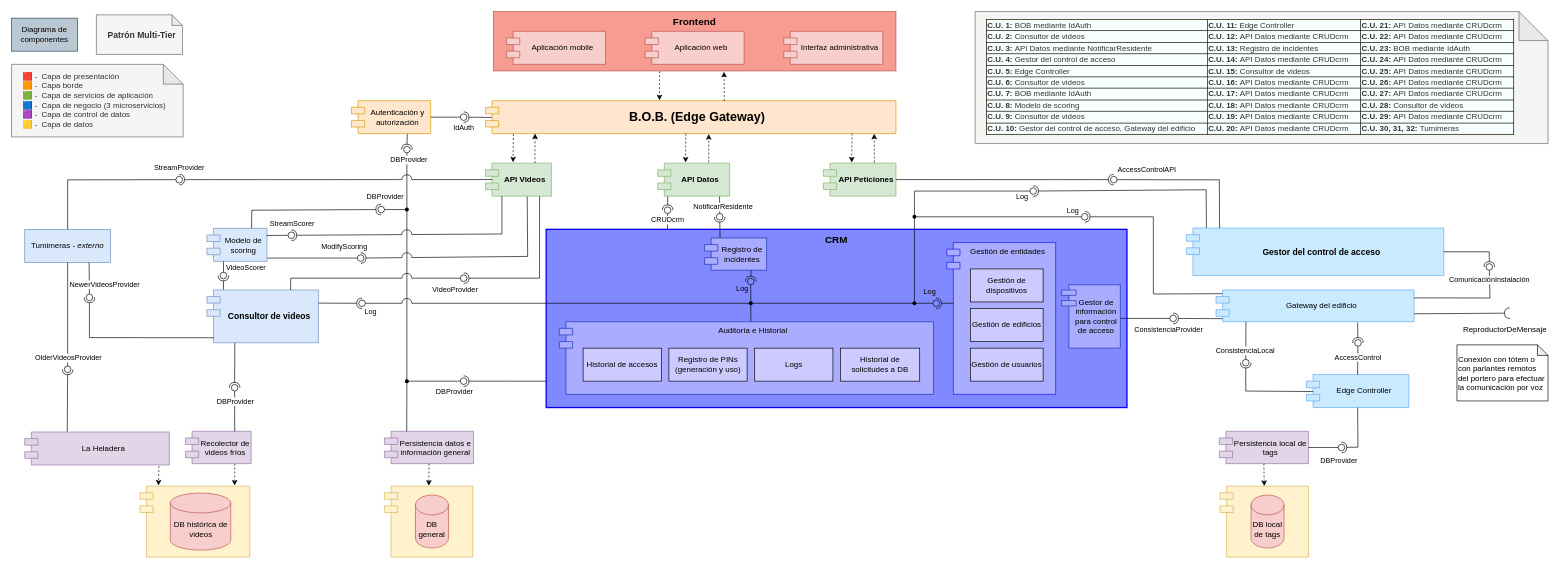
The draw.io diagram Documentación de la arquitectura/Diagramas/Editables-drawio/Diagrama-de-componentes.drawio in LIMoreno04/Caso-de-estudio---WolfSys---Arquitectura, before the edit. Source tidied: cells renumbered, new cells numbered last; positions are measured from the earlier drawing's top-left corner, leaving out a move shared by most shapes. Both pictures are drawn from the tidied source at 66%, with x=0, y=0 at pixel (11, 11).
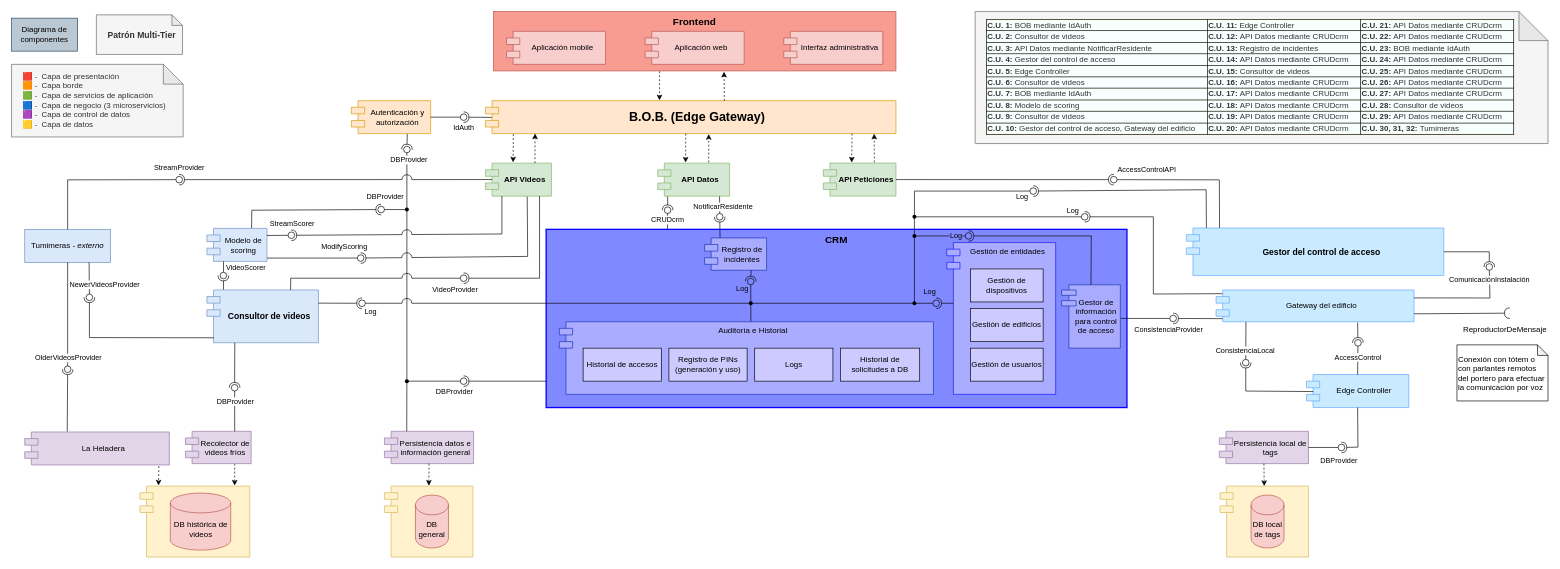
Above is the later version.

The change refers to these unchanged cells:
```xml
<mxCell id="89" style="shape=waypoint;sketch=0;fillStyle=solid;size=6;points=[];fillColor=none;perimeter=centerPerimeter;snapToPoint=1;" parent="1" vertex="1">
  <mxGeometry x="1358" y="432" width="20" height="20" as="geometry" />
</mxCell>
<mxCell id="143" style="shape=waypoint;sketch=0;fillStyle=solid;size=6;points=[];fillColor=none;perimeter=centerPerimeter;snapToPoint=1;" parent="1" vertex="1">
  <mxGeometry x="1358" y="301" width="20" height="20" as="geometry" />
</mxCell>
<mxCell id="177" value="Gestor de información para control de acceso" style="shape=module;align=left;spacingLeft=18;align=center;verticalAlign=middle;whiteSpace=wrap;html=1;fillColor=light-dark(#a8abfe, #30477a);strokeColor=#1A31AF;spacingRight=2;jettyWidth=22;jettyHeight=8;" parent="1" vertex="1">
  <mxGeometry x="1591" y="414" width="89" height="96" as="geometry" />
</mxCell>
```

Change to the diagram source:
```diff
@@
-    <mxCell id="144" style="endArrow=none;html=1;rounded=0;exitX=0.574;exitY=0.276;exitDx=0;exitDy=0;exitPerimeter=0;entryX=0.883;entryY=0.421;entryDx=0;entryDy=0;entryPerimeter=0;" parent="1" edge="1" source="89" target="143">
+    <mxCell id="144" style="endArrow=none;html=1;rounded=0;exitX=0.574;exitY=0.276;exitDx=0;exitDy=0;exitPerimeter=0;entryX=0.436;entryY=1.09;entryDx=0;entryDy=0;entryPerimeter=0;" parent="1" edge="1" source="89" target="178">
       <mxGeometry relative="1" as="geometry" />
     </mxCell>
@@
+    <mxCell id="178" style="shape=waypoint;sketch=0;fillStyle=solid;size=6;points=[];fillColor=none;perimeter=centerPerimeter;snapToPoint=1;" parent="1" vertex="1">
+      <mxGeometry x="1358" y="330" width="20" height="20" as="geometry" />
+    </mxCell>
+    <mxCell id="179" style="endArrow=none;html=1;rounded=0;entryX=0.174;entryY=0.636;entryDx=0;entryDy=0;entryPerimeter=0;exitX=0.84;exitY=0.471;exitDx=0;exitDy=0;exitPerimeter=0;" parent="1" edge="1" source="178" target="143">
+      <mxGeometry relative="1" as="geometry" />
+    </mxCell>
+    <mxCell id="180" style="rounded=0;jettySize=auto;html=1;endArrow=halfCircle;endFill=0;endSize=6;strokeWidth=1;sketch=0;exitX=0.5;exitY=0;exitDx=0;exitDy=0;" parent="1" edge="1" source="177" target="182">
+      <mxGeometry relative="1" as="geometry">
+        <Array as="points">
+          <mxPoint x="1636" y="340" />
+        </Array>
+      </mxGeometry>
+    </mxCell>
+    <mxCell id="181" style="rounded=0;jettySize=auto;html=1;endArrow=oval;endFill=0;sketch=0;sourcePerimeterSpacing=0;targetPerimeterSpacing=0;endSize=10;exitX=0.769;exitY=0.59;exitDx=0;exitDy=0;exitPerimeter=0;" parent="1" edge="1" source="178" target="182">
+      <mxGeometry relative="1" as="geometry" />
+    </mxCell>
+    <mxCell id="182" style="ellipse;whiteSpace=wrap;html=1;align=center;fillColor=none;strokeColor=none;perimeter=centerPerimeter;points=[];outlineConnect=1;" parent="1" vertex="1">
+      <mxGeometry x="1445" y="335" width="10" height="10" as="geometry" />
+    </mxCell>
+    <mxCell id="183" value="Log" style="edgeLabel;html=1;align=center;verticalAlign=middle;labelBackgroundColor=light-dark(#8089ff, #ededed);" parent="1" vertex="1">
+      <mxGeometry x="1430" y="339" as="geometry" />
+    </mxCell>
```
